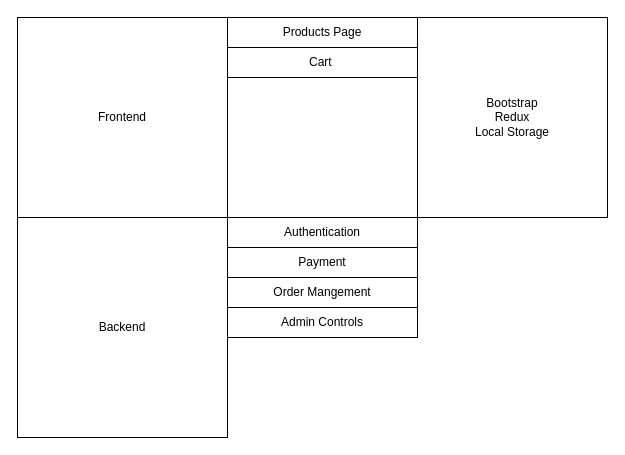
This is page "Project Breakdown" (3 of 3) of Food Ordering Website (Fiverr).drawio from waqas-ahmd/drawio-charts, a draw.io file, before an edit. Source tidied: cells renumbered, new cells numbered last; positions are measured from the earlier drawing's top-left corner, leaving out a move shared by most shapes. Both pictures are drawn from the tidied source at 100%, with x=0, y=0 at pixel (17, 17).
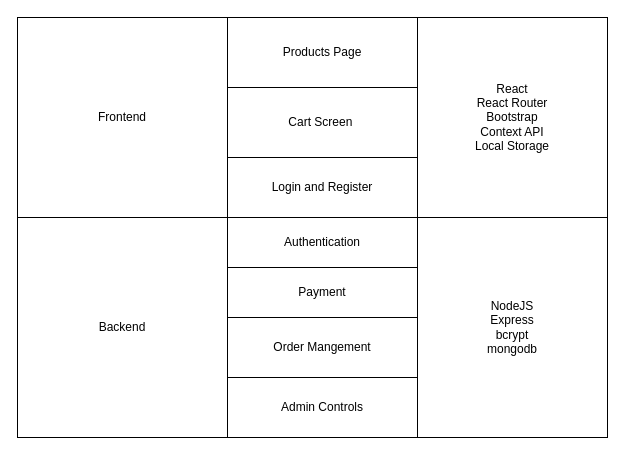
The same page after the edit.

What changed in the source:
```diff
@@
 <mxGraphModel>
   <root>
     <mxCell id="0" />
     <mxCell id="1" parent="0" />
     <mxCell id="2" value="Frontend" style="rounded=0;whiteSpace=wrap;html=1;glass=0;fontSize=12;" parent="1" vertex="1">
       <mxGeometry width="210" height="200" as="geometry" />
     </mxCell>
     <mxCell id="3" value="Products Page" style="rounded=0;whiteSpace=wrap;html=1;glass=0;fontSize=12;" parent="1" vertex="1">
-      <mxGeometry x="210" width="190" height="30" as="geometry" />
+      <mxGeometry x="210" width="190" height="70" as="geometry" />
     </mxCell>
-    <mxCell id="4" value="Cart&amp;nbsp;" style="rounded=0;whiteSpace=wrap;html=1;glass=0;fontSize=12;" parent="1" vertex="1">
-      <mxGeometry x="210" y="30" width="190" height="30" as="geometry" />
+    <mxCell id="4" value="Cart Screen&amp;nbsp;" style="rounded=0;whiteSpace=wrap;html=1;glass=0;fontSize=12;" parent="1" vertex="1">
+      <mxGeometry x="210" y="70" width="190" height="70" as="geometry" />
     </mxCell>
     <mxCell id="5" value="Backend" style="rounded=0;whiteSpace=wrap;html=1;glass=0;fontSize=12;" parent="1" vertex="1">
       <mxGeometry y="200" width="210" height="220" as="geometry" />
     </mxCell>
     <mxCell id="6" value="Authentication" style="rounded=0;whiteSpace=wrap;html=1;glass=0;fontSize=12;" parent="1" vertex="1">
-      <mxGeometry x="210" y="200" width="190" height="30" as="geometry" />
+      <mxGeometry x="210" y="200" width="190" height="50" as="geometry" />
     </mxCell>
     <mxCell id="7" value="Order Mangement" style="rounded=0;whiteSpace=wrap;html=1;glass=0;fontSize=12;" parent="1" vertex="1">
-      <mxGeometry x="210" y="260" width="190" height="30" as="geometry" />
+      <mxGeometry x="210" y="300" width="190" height="60" as="geometry" />
     </mxCell>
     <mxCell id="8" value="Payment" style="rounded=0;whiteSpace=wrap;html=1;glass=0;fontSize=12;" parent="1" vertex="1">
-      <mxGeometry x="210" y="230" width="190" height="30" as="geometry" />
+      <mxGeometry x="210" y="250" width="190" height="50" as="geometry" />
     </mxCell>
     <mxCell id="9" value="Admin Controls" style="rounded=0;whiteSpace=wrap;html=1;glass=0;fontSize=12;" parent="1" vertex="1">
-      <mxGeometry x="210" y="290" width="190" height="30" as="geometry" />
+      <mxGeometry x="210" y="360" width="190" height="60" as="geometry" />
     </mxCell>
-    <mxCell id="10" value="Bootstrap&lt;br&gt;Redux&lt;br&gt;Local Storage" style="rounded=0;whiteSpace=wrap;html=1;glass=0;fontSize=12;" parent="1" vertex="1">
+    <mxCell id="10" value="React&lt;br&gt;React Router&lt;br&gt;Bootstrap&lt;br&gt;Context API&lt;br&gt;Local Storage" style="rounded=0;whiteSpace=wrap;html=1;glass=0;fontSize=12;" parent="1" vertex="1">
       <mxGeometry x="400" width="190" height="200" as="geometry" />
     </mxCell>
+    <mxCell id="11" value="Login and Register" style="rounded=0;whiteSpace=wrap;html=1;glass=0;fontSize=12;" parent="1" vertex="1">
+      <mxGeometry x="210" y="140" width="190" height="60" as="geometry" />
+    </mxCell>
+    <mxCell id="12" value="NodeJS&lt;br&gt;Express&lt;br&gt;bcrypt&lt;br&gt;mongodb" style="rounded=0;whiteSpace=wrap;html=1;glass=0;fontSize=12;" parent="1" vertex="1">
+      <mxGeometry x="400" y="200" width="190" height="220" as="geometry" />
+    </mxCell>
   </root>
 </mxGraphModel>
```
